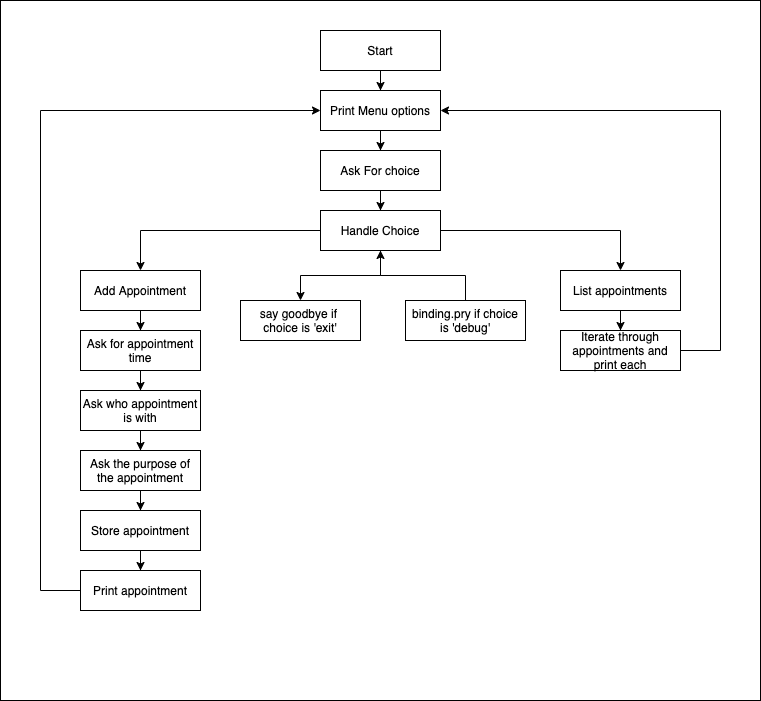
Earlier version of the draw.io export phase-3/01_ruby_fundamentals/exercise/program-flow.png (learn-co-students/SENG-LIVE-071921). Source tidied: cells renumbered, new cells last; positions are measured from the earlier drawing's top-left corner, leaving out a move shared by most shapes.
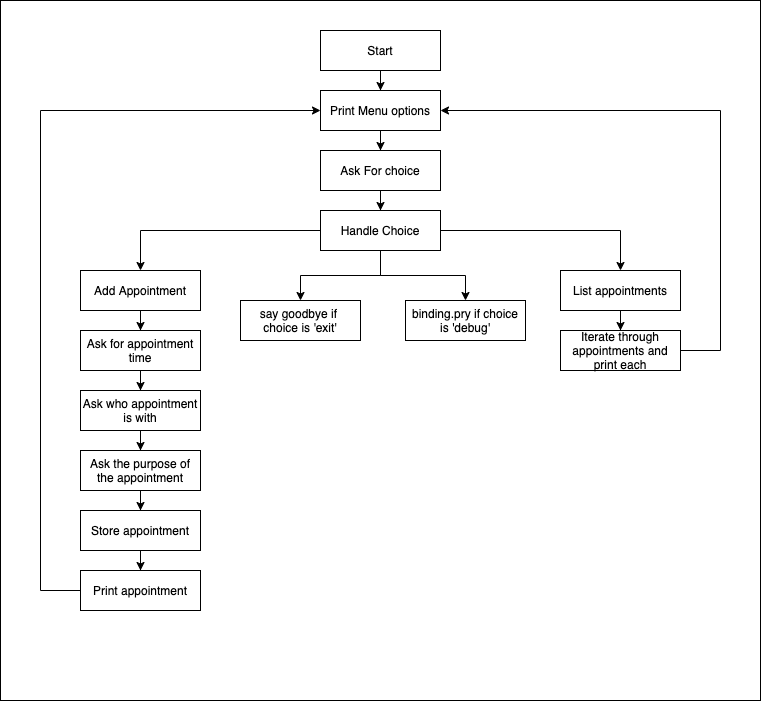
The same diagram one commit later.

Commit message:
change arrow direction in diagram

What changed in the source:
```diff
@@ -99,7 +99,7 @@
     <mxCell id="30" value="Iterate through appointments and print each" style="rounded=0;whiteSpace=wrap;html=1;" parent="3" vertex="1">
       <mxGeometry x="560" y="330" width="120" height="40" as="geometry" />
     </mxCell>
-    <mxCell id="31" style="edgeStyle=orthogonalEdgeStyle;rounded=0;jettySize=auto;html=1;" parent="3" edge="1" source="32" target="7">
+    <mxCell id="31" style="edgeStyle=orthogonalEdgeStyle;rounded=0;jettySize=auto;html=1;" parent="3" edge="1" source="7" target="32">
       <mxGeometry relative="1" as="geometry" />
     </mxCell>
     <mxCell id="32" value="binding.pry if choice is 'debug'" style="rounded=0;whiteSpace=wrap;html=1;" parent="3" vertex="1">
```
